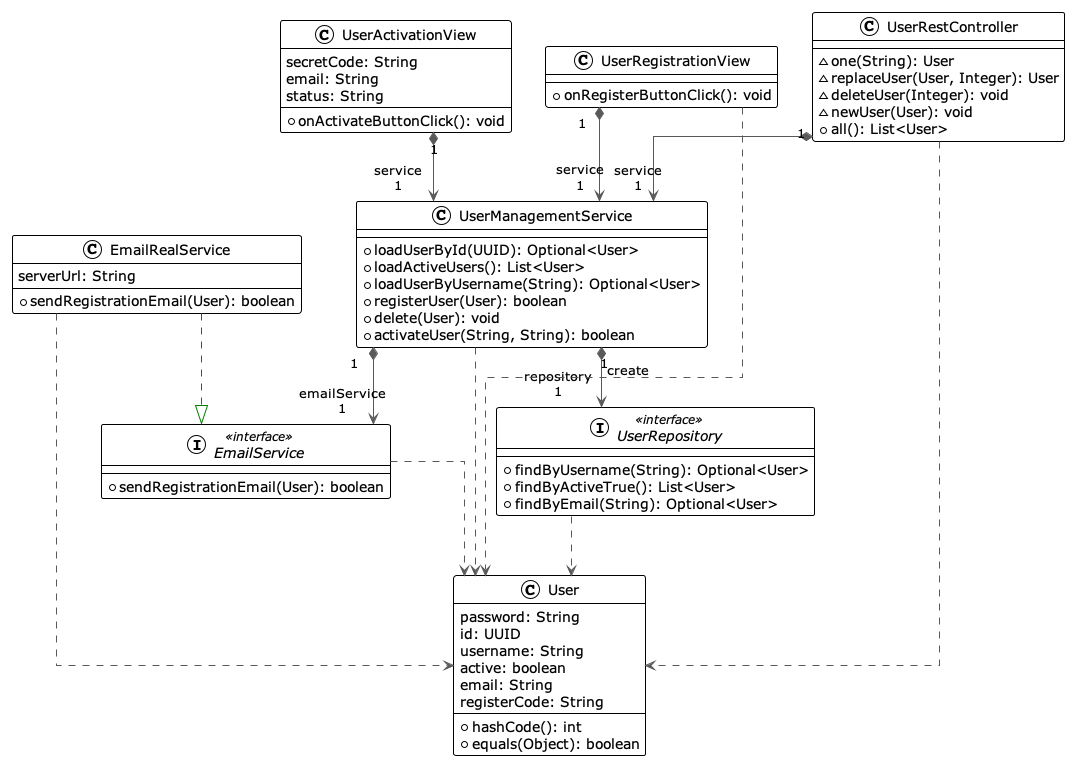
The PlantUML diagram models/User Module Class Diagram.png in ruizrube/iw-fullstack, before a commit. Source of this version:
```plantuml
@startuml

!theme plain
top to bottom direction
skinparam linetype ortho

class EmailRealService {
  + sendRegistrationEmail(User): boolean
   serverUrl: String
}
interface EmailService << interface >> {
  + sendRegistrationEmail(User): boolean
}
class User {
  + hashCode(): int
  + equals(Object): boolean
   password: String
   id: UUID
   username: String
   active: boolean
   email: String
   registerCode: String
}
class UserActivationView {
  + onActivateButtonClick(): void
   secretCode: String
   email: String
   status: String
}
class UserManagementService {
  + loadUserById(UUID): Optional<User>
  + loadActiveUsers(): List<User>
  + loadUserByUsername(String): Optional<User>
  + registerUser(User): boolean
  + delete(User): void
  + activateUser(String, String): boolean
}
class UserRegistrationView {
  + onRegisterButtonClick(): void
}
interface UserRepository << interface >> {
  + findByUsername(String): Optional<User>
  + findByActiveTrue(): List<User>
  + findByEmail(String): Optional<User>
}
class UserRestController {
  ~ one(String): User
  ~ replaceUser(User, Integer): User
  ~ deleteUser(Integer): void
  ~ newUser(User): void
  + all(): List<User>
}

EmailRealService       -[#008200,dashed]-^  EmailService
EmailRealService       -[#595959,dashed]->  User
EmailService           -[#595959,dashed]->  User
UserActivationView    "1" *-[#595959,plain]-> "service\n1" UserManagementService
UserManagementService "1" *-[#595959,plain]-> "emailService\n1" EmailService
UserManagementService  -[#595959,dashed]->  User
UserManagementService "1" *-[#595959,plain]-> "repository\n1" UserRepository
UserRegistrationView   -[#595959,dashed]->  User                  : "«create»"
UserRegistrationView  "1" *-[#595959,plain]-> "service\n1" UserManagementService
UserRepository         -[#595959,dashed]->  User
UserRestController     -[#595959,dashed]->  User
UserRestController    "1" *-[#595959,plain]-> "service\n1" UserManagementService
@enduml
```
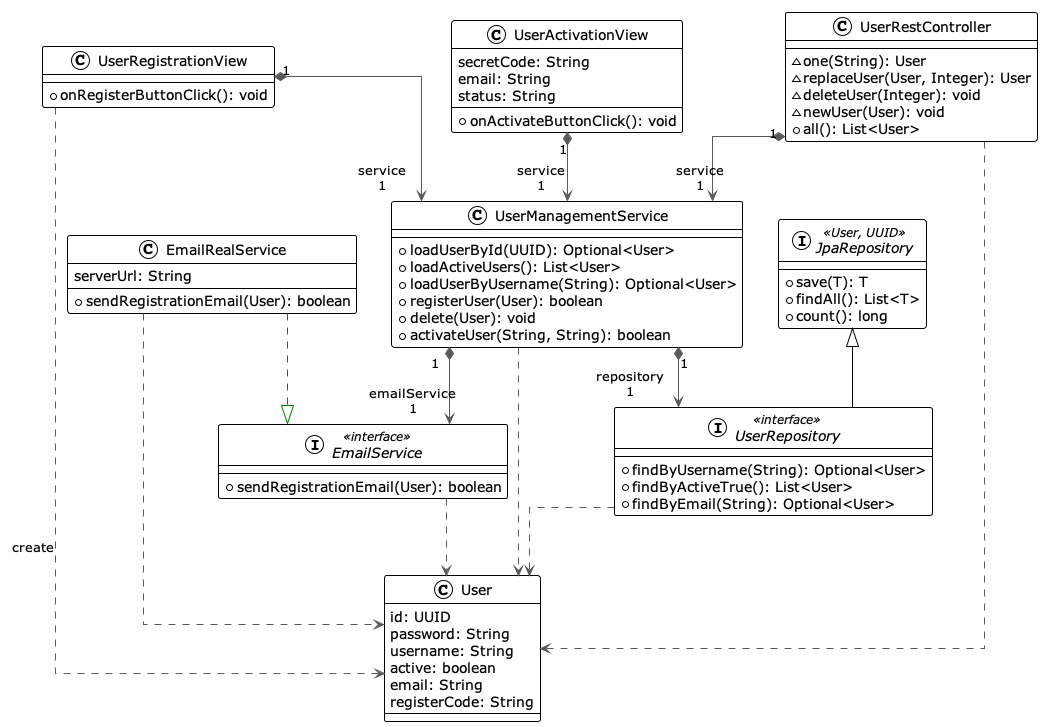
The same file after the commit.

Diff of the diagram source:
```diff
@@ -12,10 +12,8 @@
   + sendRegistrationEmail(User): boolean
 }
 class User {
-  + hashCode(): int
-  + equals(Object): boolean
+   id: UUID
    password: String
-   id: UUID
    username: String
    active: boolean
    email: String
@@ -38,7 +36,14 @@
 class UserRegistrationView {
   + onRegisterButtonClick(): void
 }
-interface UserRepository << interface >> {
+
+interface JpaRepository << User, UUID >> {
+  + save(T): T
+  + findAll(): List<T>
+  + count(): long
+}
+
+interface UserRepository << interface >> extends JpaRepository{
   + findByUsername(String): Optional<User>
   + findByActiveTrue(): List<User>
   + findByEmail(String): Optional<User>
```
